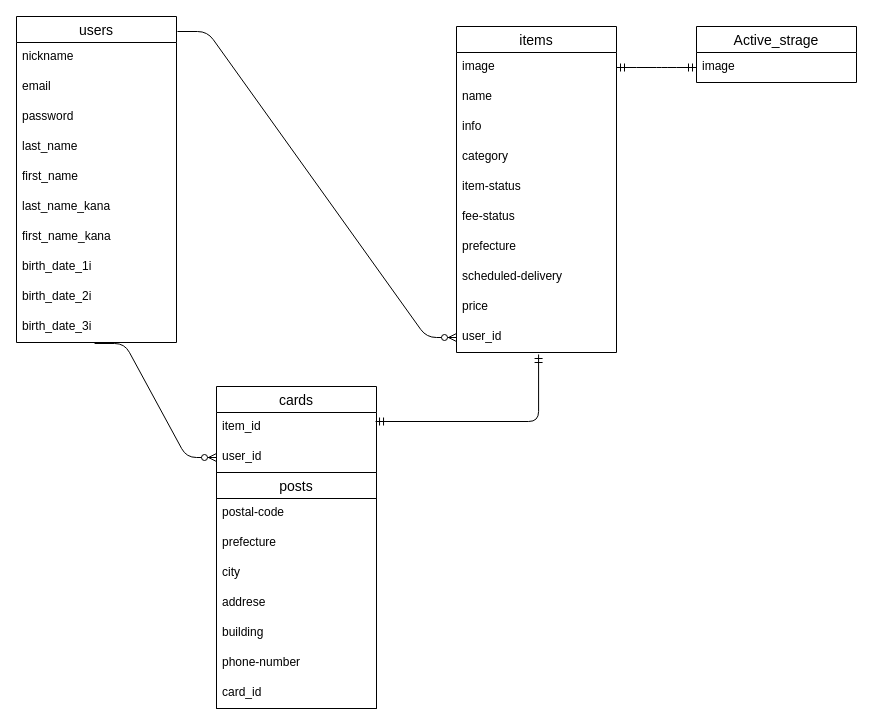
The draw.io diagram er.dio in tetutetu214/furima-31782, before the edit. Source tidied: cells renumbered, new cells numbered last; positions are measured from the earlier drawing's top-left corner, leaving out a move shared by most shapes. Both pictures are drawn from the tidied source at 100%, with x=0, y=0 at pixel (16, 16).
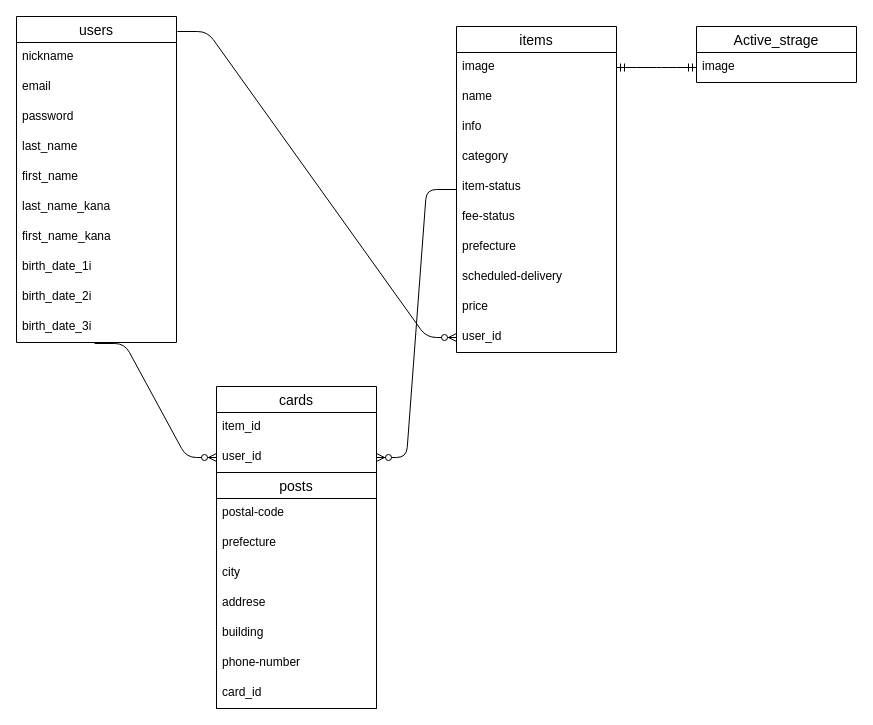
Above is the later version.

The change refers to these unchanged cells:
```xml
<mxCell id="3" value="items" style="swimlane;fontStyle=0;horizontal=1;startSize=26;align=center;fontSize=14;" parent="1" vertex="1">
  <mxGeometry x="440" y="10" width="160" height="326" as="geometry" />
</mxCell>
<mxCell id="13" value="user_id&#10;" style="text;strokeColor=none;fillColor=none;spacingLeft=4;spacingRight=4;overflow=hidden;points=[[0,0.5],[1,0.5]];portConstraint=eastwest;fontSize=12;" parent="3" vertex="1">
  <mxGeometry y="296" width="160" height="30" as="geometry" />
</mxCell>
<mxCell id="31" value="item_id" style="text;strokeColor=none;fillColor=none;spacingLeft=4;spacingRight=4;overflow=hidden;points=[[0,0.5],[1,0.5]];portConstraint=eastwest;fontSize=12;" parent="30" vertex="1">
  <mxGeometry y="26" width="160" height="30" as="geometry" />
</mxCell>
<mxCell id="32" value="user_id" style="text;strokeColor=none;fillColor=none;spacingLeft=4;spacingRight=4;overflow=hidden;points=[[0,0.5],[1,0.5]];portConstraint=eastwest;fontSize=12;" parent="30" vertex="1">
  <mxGeometry y="56" width="160" height="30" as="geometry" />
</mxCell>
```

The edit, as a diff of the source:
```diff
@@
-    <mxCell id="29" style="edgeStyle=orthogonalEdgeStyle;fontSize=12;html=1;endArrow=ERmandOne;startArrow=ERmandOne;exitX=0.994;exitY=0.3;exitDx=0;exitDy=0;entryX=0.513;entryY=1.067;entryDx=0;entryDy=0;entryPerimeter=0;exitPerimeter=0;" parent="1" edge="1" source="31" target="13">
-      <mxGeometry relative="1" as="geometry">
-        <Array as="points">
-          <mxPoint x="522" y="405" />
-        </Array>
-      </mxGeometry>
-    </mxCell>
@@
+    <mxCell id="41" style="edgeStyle=entityRelationEdgeStyle;fontSize=12;html=1;endArrow=ERzeroToMany;endFill=1;" parent="1" edge="1" source="3" target="32">
+      <mxGeometry relative="1" as="geometry" />
+    </mxCell>
```
